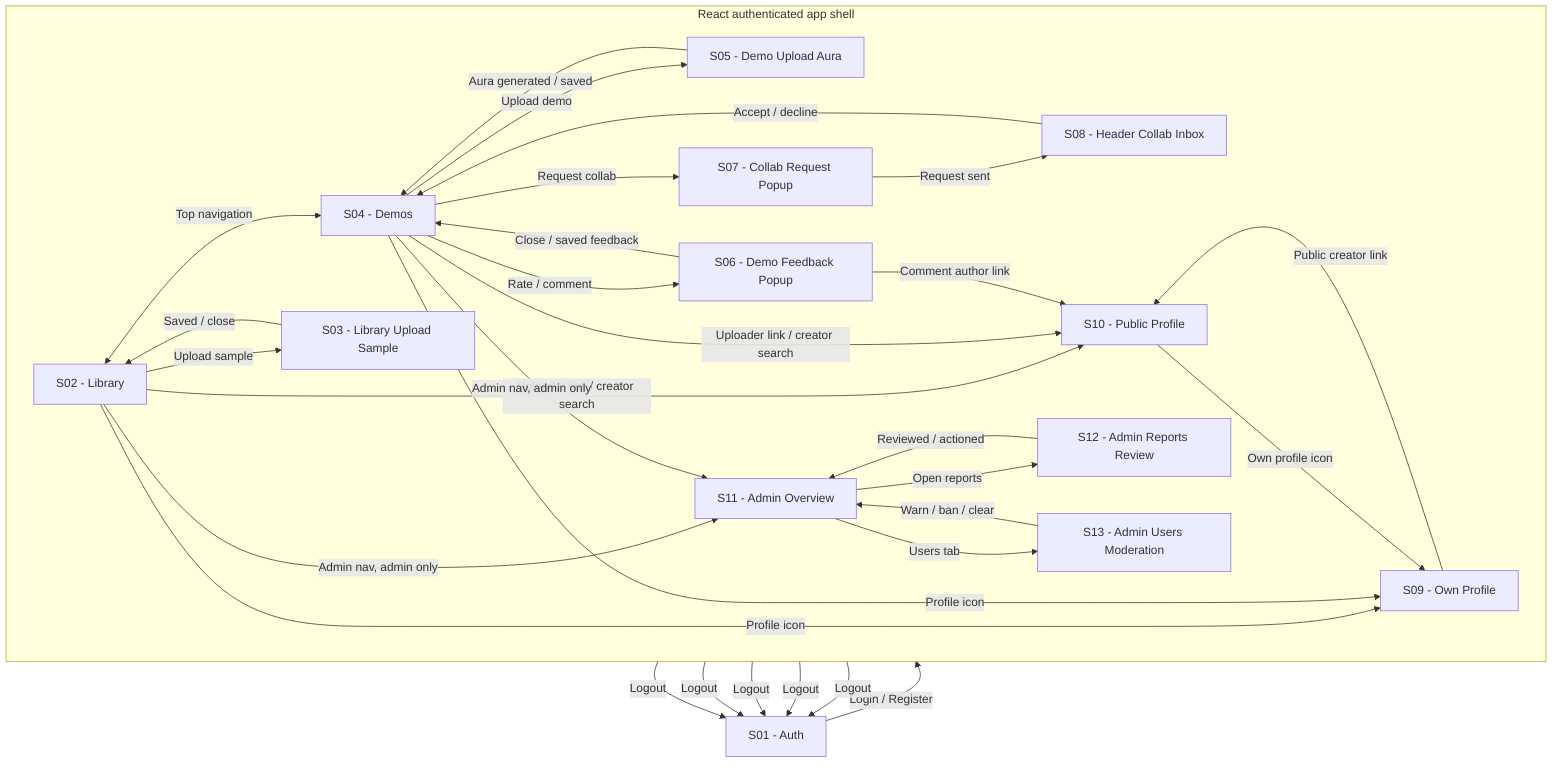
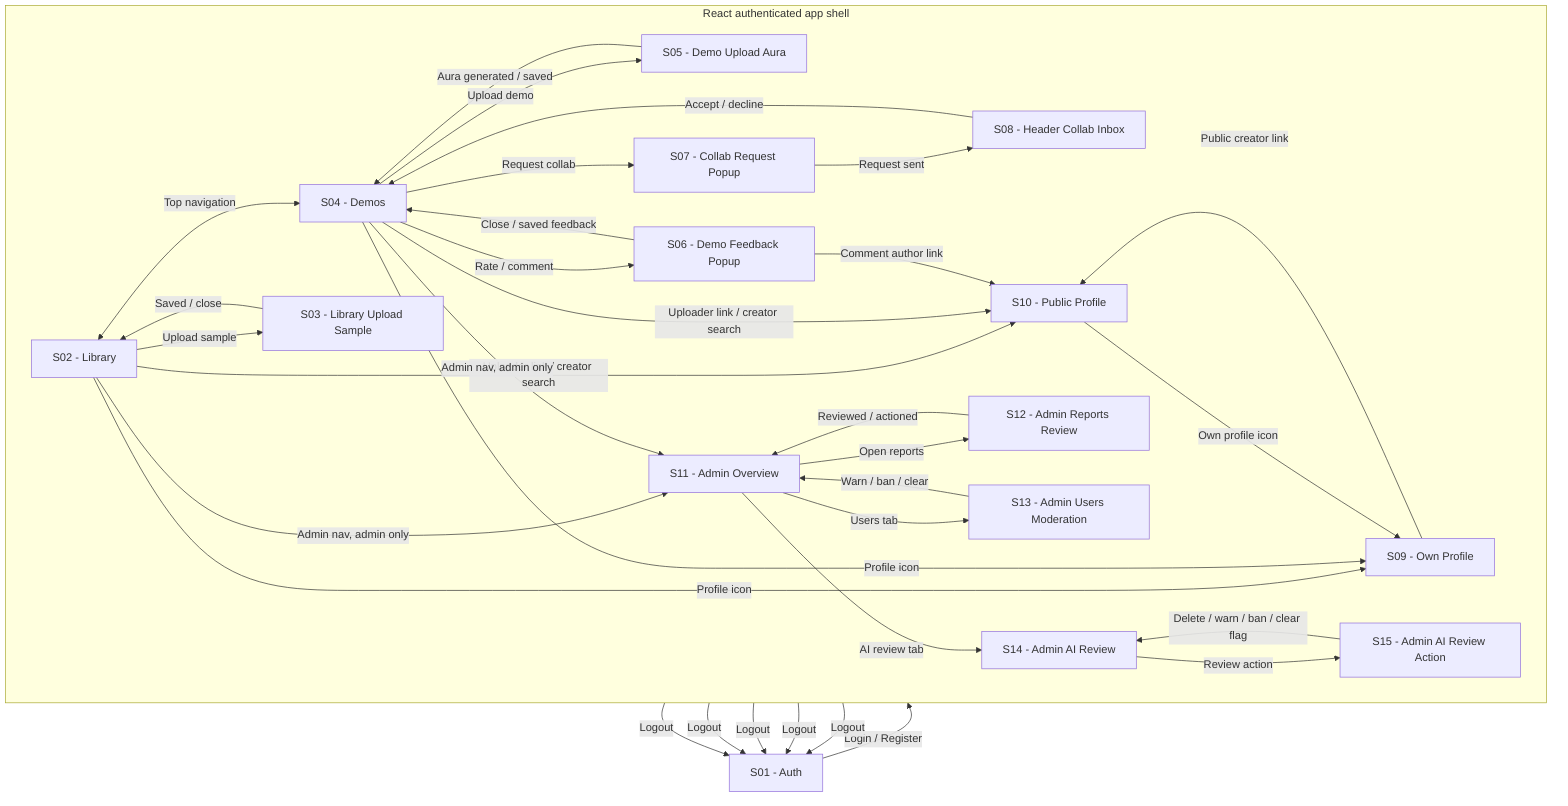
flowchart TB
    A["S01 - Auth"]

    subgraph APP["React authenticated app shell"]
        direction LR
        B["S02 - Library"]
        C["S03 - Library Upload Sample"]
        D["S04 - Demos"]
        E["S05 - Demo Upload Aura"]
        F["S06 - Demo Feedback Popup"]
        G["S07 - Collab Request Popup"]
        H["S08 - Header Collab Inbox"]
        I["S09 - Own Profile"]
        J["S10 - Public Profile"]
        K["S11 - Admin Overview"]
        L["S12 - Admin Reports Review"]
        M["S13 - Admin Users Moderation"]
+         N["S14 - Admin AI Review"]
+         O["S15 - Admin AI Review Action"]
    end

    A -->|"Login / Register"| B

    B <-->|"Top navigation"| D
    B -->|"Upload sample"| C
    C -->|"Saved / close"| B

    D -->|"Upload demo"| E
    E -->|"Aura generated / saved"| D
    D -->|"Rate / comment"| F
    F -->|"Close / saved feedback"| D
    D -->|"Request collab"| G
    G -->|"Request sent"| H
    H -->|"Accept / decline"| D

    B -->|"Profile icon"| I
    D -->|"Profile icon"| I
    B -->|"Uploader link / creator search"| J
    D -->|"Uploader link / creator search"| J
    F -->|"Comment author link"| J
    I -->|"Public creator link"| J
    J -->|"Own profile icon"| I

    K -->|"Open reports"| L
    K -->|"Users tab"| M
+     K -->|"AI review tab"| N
    L -->|"Reviewed / actioned"| K
    M -->|"Warn / ban / clear"| K
+     N -->|"Review action"| O
+     O -->|"Delete / warn / ban / clear flag"| N

    B -->|"Admin nav, admin only"| K
    D -->|"Admin nav, admin only"| K

    B -->|"Logout"| A
    D -->|"Logout"| A
    I -->|"Logout"| A
    J -->|"Logout"| A
    K -->|"Logout"| A
